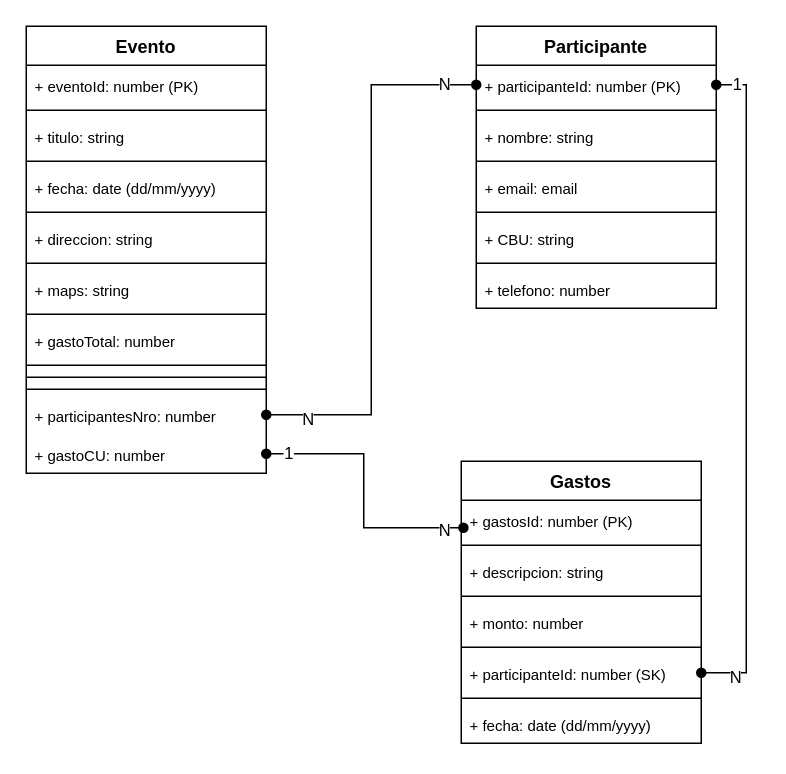
Earlier version of the draw.io diagram PartyPay.drawio (cbalucas/PartyPay). Source tidied: cells renumbered, new cells numbered last; positions are measured from the earlier drawing's top-left corner, leaving out a move shared by most shapes. Both pictures are drawn from the tidied source at 150%, with x=0, y=0 at pixel (26, 26).
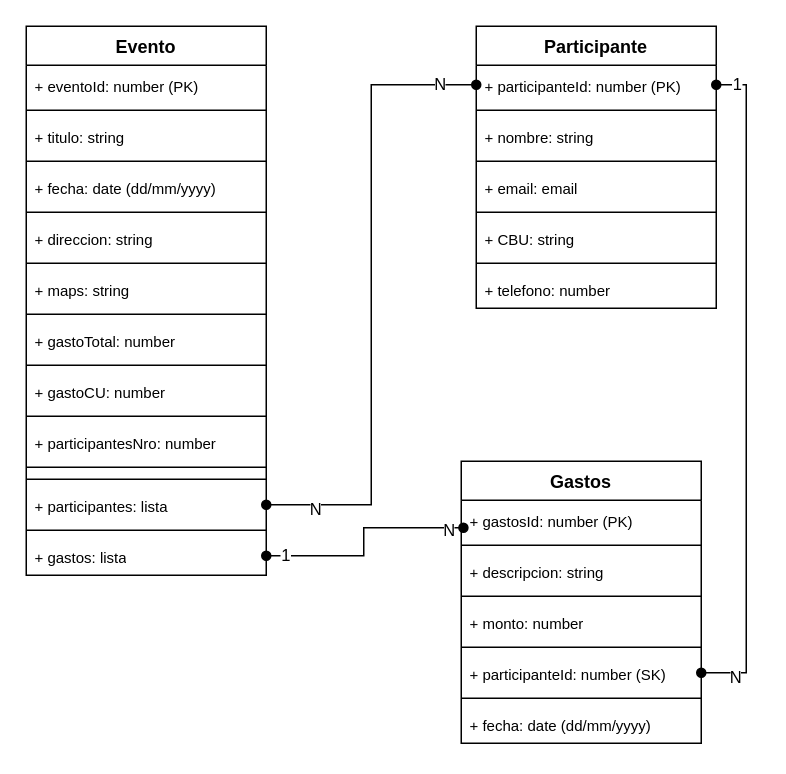
The same page after the edit.

The change refers to these unchanged cells:
```xml
<mxCell id="20" value="&lt;font style=&quot;font-size: 10px;&quot;&gt;+ participanteId: number (PK)&lt;/font&gt;" style="text;strokeColor=none;fillColor=none;align=left;verticalAlign=top;spacingLeft=4;spacingRight=4;overflow=hidden;points=[[0,0.5],[1,0.5]];portConstraint=eastwest;whiteSpace=wrap;html=1;" parent="19" vertex="1">
  <mxGeometry y="26" width="160" height="26" as="geometry" />
</mxCell>
<mxCell id="30" value="&lt;font style=&quot;font-size: 10px;&quot;&gt;+ gastosId: number (PK)&lt;/font&gt;" style="text;strokeColor=none;fillColor=none;align=left;verticalAlign=top;spacingLeft=4;spacingRight=4;overflow=hidden;points=[[0,0.5],[1,0.5]];portConstraint=eastwest;whiteSpace=wrap;html=1;" parent="29" vertex="1">
  <mxGeometry y="26" width="160" height="26" as="geometry" />
</mxCell>
```

The edit, as a diff of the source:
```diff
@@
     <mxCell id="2" value="Evento" style="swimlane;fontStyle=1;align=center;verticalAlign=top;horizontal=1;startSize=26;whiteSpace=wrap;html=1;" parent="1" vertex="1">
-      <mxGeometry width="160" height="298" as="geometry" />
+      <mxGeometry width="160" height="366" as="geometry" />
     </mxCell>
@@
+    <mxCell id="18" value="&lt;font style=&quot;font-size: 10px;&quot;&gt;+ gastoCU: number&lt;/font&gt;" style="text;strokeColor=none;fillColor=none;align=left;verticalAlign=top;spacingLeft=4;spacingRight=4;overflow=hidden;points=[[0,0.5],[1,0.5]];portConstraint=eastwest;whiteSpace=wrap;html=1;" parent="2" vertex="1">
+      <mxGeometry y="230" width="160" height="26" as="geometry" />
+    </mxCell>
+    <mxCell id="48" style="line;strokeWidth=1;fillColor=none;align=left;verticalAlign=middle;spacingTop=-1;spacingLeft=3;spacingRight=3;labelPosition=right;strokeColor=inherit;" parent="2" vertex="1">
+      <mxGeometry y="256" width="160" height="8" as="geometry" />
+    </mxCell>
+    <mxCell id="17" value="&lt;font style=&quot;font-size: 10px;&quot;&gt;+ participantesNro: number&lt;/font&gt;" style="text;strokeColor=none;fillColor=none;align=left;verticalAlign=top;spacingLeft=4;spacingRight=4;overflow=hidden;points=[[0,0.5],[1,0.5]];portConstraint=eastwest;whiteSpace=wrap;html=1;" parent="2" vertex="1">
+      <mxGeometry y="264" width="160" height="26" as="geometry" />
+    </mxCell>
     <mxCell id="15" style="line;strokeWidth=1;fillColor=none;align=left;verticalAlign=middle;spacingTop=-1;spacingLeft=3;spacingRight=3;labelPosition=right;strokeColor=inherit;" parent="2" vertex="1">
-      <mxGeometry y="230" width="160" height="8" as="geometry" />
+      <mxGeometry y="290" width="160" height="8" as="geometry" />
     </mxCell>
     <mxCell id="16" style="line;strokeWidth=1;fillColor=none;align=left;verticalAlign=middle;spacingTop=-1;spacingLeft=3;spacingRight=3;labelPosition=right;strokeColor=inherit;" parent="2" vertex="1">
-      <mxGeometry y="238" width="160" height="8" as="geometry" />
+      <mxGeometry y="298" width="160" height="8" as="geometry" />
     </mxCell>
-    <mxCell id="17" value="&lt;font style=&quot;font-size: 10px;&quot;&gt;+ participantesNro: number&lt;/font&gt;" style="text;strokeColor=none;fillColor=none;align=left;verticalAlign=top;spacingLeft=4;spacingRight=4;overflow=hidden;points=[[0,0.5],[1,0.5]];portConstraint=eastwest;whiteSpace=wrap;html=1;" parent="2" vertex="1">
-      <mxGeometry y="246" width="160" height="26" as="geometry" />
-    </mxCell>
-    <mxCell id="18" value="&lt;font style=&quot;font-size: 10px;&quot;&gt;+ gastoCU: number&lt;/font&gt;" style="text;strokeColor=none;fillColor=none;align=left;verticalAlign=top;spacingLeft=4;spacingRight=4;overflow=hidden;points=[[0,0.5],[1,0.5]];portConstraint=eastwest;whiteSpace=wrap;html=1;" parent="2" vertex="1">
-      <mxGeometry y="272" width="160" height="26" as="geometry" />
-    </mxCell>
+    <mxCell id="49" value="&lt;font style=&quot;font-size: 10px;&quot;&gt;+ participantes: lista&lt;/font&gt;" style="text;strokeColor=none;fillColor=none;align=left;verticalAlign=top;spacingLeft=4;spacingRight=4;overflow=hidden;points=[[0,0.5],[1,0.5]];portConstraint=eastwest;whiteSpace=wrap;html=1;" parent="2" vertex="1">
+      <mxGeometry y="306" width="160" height="26" as="geometry" />
+    </mxCell>
+    <mxCell id="50" style="line;strokeWidth=1;fillColor=none;align=left;verticalAlign=middle;spacingTop=-1;spacingLeft=3;spacingRight=3;labelPosition=right;strokeColor=inherit;" parent="2" vertex="1">
+      <mxGeometry y="332" width="160" height="8" as="geometry" />
+    </mxCell>
+    <mxCell id="51" value="&lt;font style=&quot;font-size: 10px;&quot;&gt;+ gastos: lista&lt;/font&gt;" style="text;strokeColor=none;fillColor=none;align=left;verticalAlign=top;spacingLeft=4;spacingRight=4;overflow=hidden;points=[[0,0.5],[1,0.5]];portConstraint=eastwest;whiteSpace=wrap;html=1;" parent="2" vertex="1">
+      <mxGeometry y="340" width="160" height="26" as="geometry" />
+    </mxCell>
@@
-    <mxCell id="39" style="rounded=0;jettySize=auto;html=1;entryX=0.009;entryY=0.703;entryDx=0;entryDy=0;entryPerimeter=0;strokeColor=default;edgeStyle=orthogonalEdgeStyle;endArrow=oval;endFill=1;startArrow=oval;startFill=1;" parent="1" edge="1" source="18" target="30">
+    <mxCell id="39" style="rounded=0;jettySize=auto;html=1;entryX=0.009;entryY=0.703;entryDx=0;entryDy=0;entryPerimeter=0;strokeColor=default;edgeStyle=orthogonalEdgeStyle;endArrow=oval;endFill=1;startArrow=oval;startFill=1;exitX=1;exitY=0.5;exitDx=0;exitDy=0;" parent="1" edge="1" source="51" target="30">
       <mxGeometry relative="1" as="geometry" />
     </mxCell>
@@
-    <mxCell id="42" style="edgeStyle=orthogonalEdgeStyle;rounded=0;jettySize=auto;html=1;exitX=1;exitY=0.5;exitDx=0;exitDy=0;entryX=0;entryY=0.5;entryDx=0;entryDy=0;startArrow=oval;startFill=1;endArrow=oval;endFill=1;" parent="1" edge="1" source="17" target="20">
+    <mxCell id="42" style="edgeStyle=orthogonalEdgeStyle;rounded=0;jettySize=auto;html=1;entryX=0;entryY=0.5;entryDx=0;entryDy=0;startArrow=oval;startFill=1;endArrow=oval;endFill=1;" parent="1" edge="1" source="49" target="20">
       <mxGeometry relative="1" as="geometry" />
     </mxCell>
```
